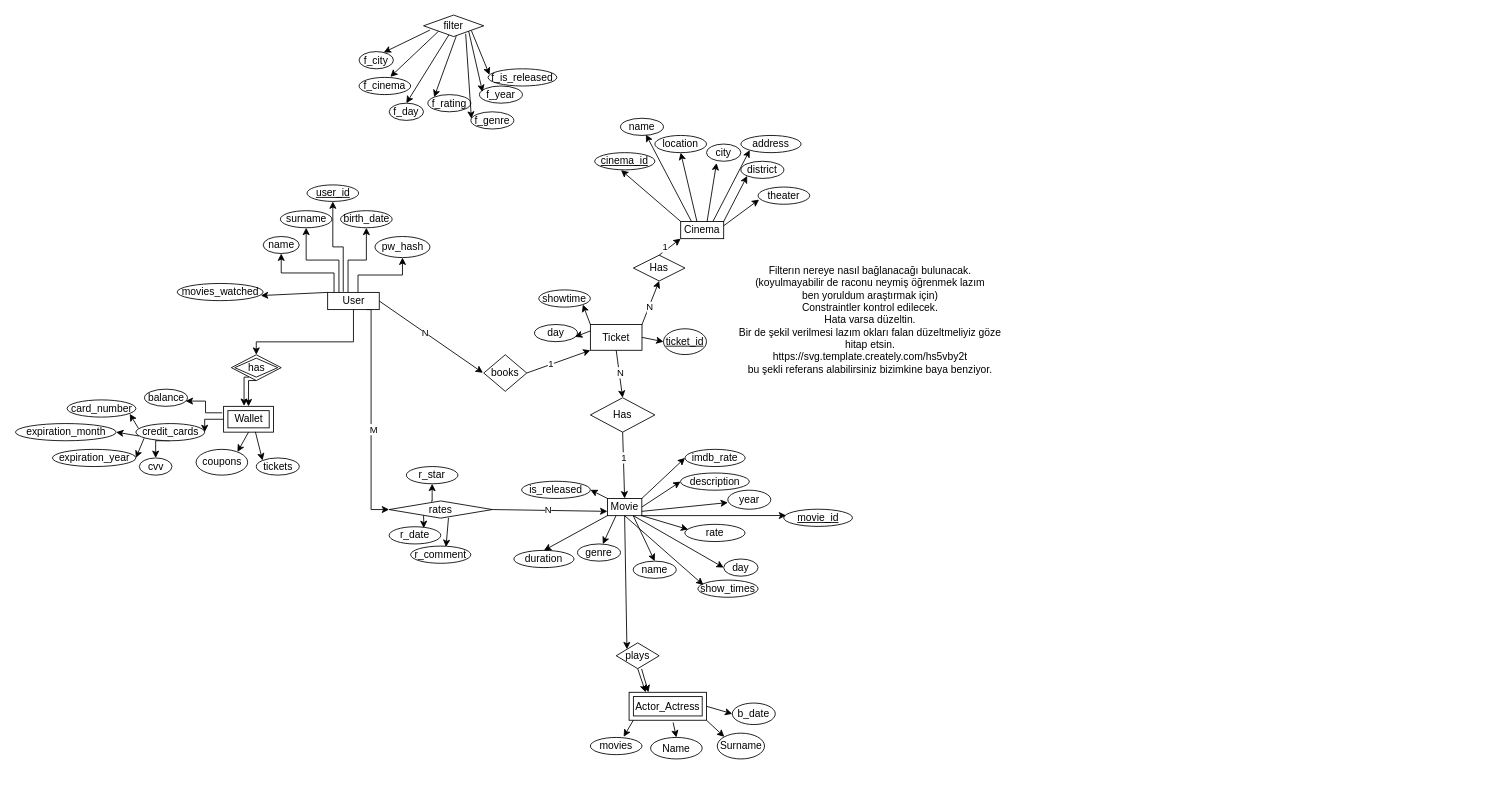
Earlier version of the draw.io diagram proje_diagram.drawio (kelma01/dbms_project). Source tidied: cells renumbered, new cells numbered last; positions are measured from the earlier drawing's top-left corner, leaving out a move shared by most shapes. Both pictures are drawn from the tidied source at 86%, with x=0, y=0 at pixel (15, 15).
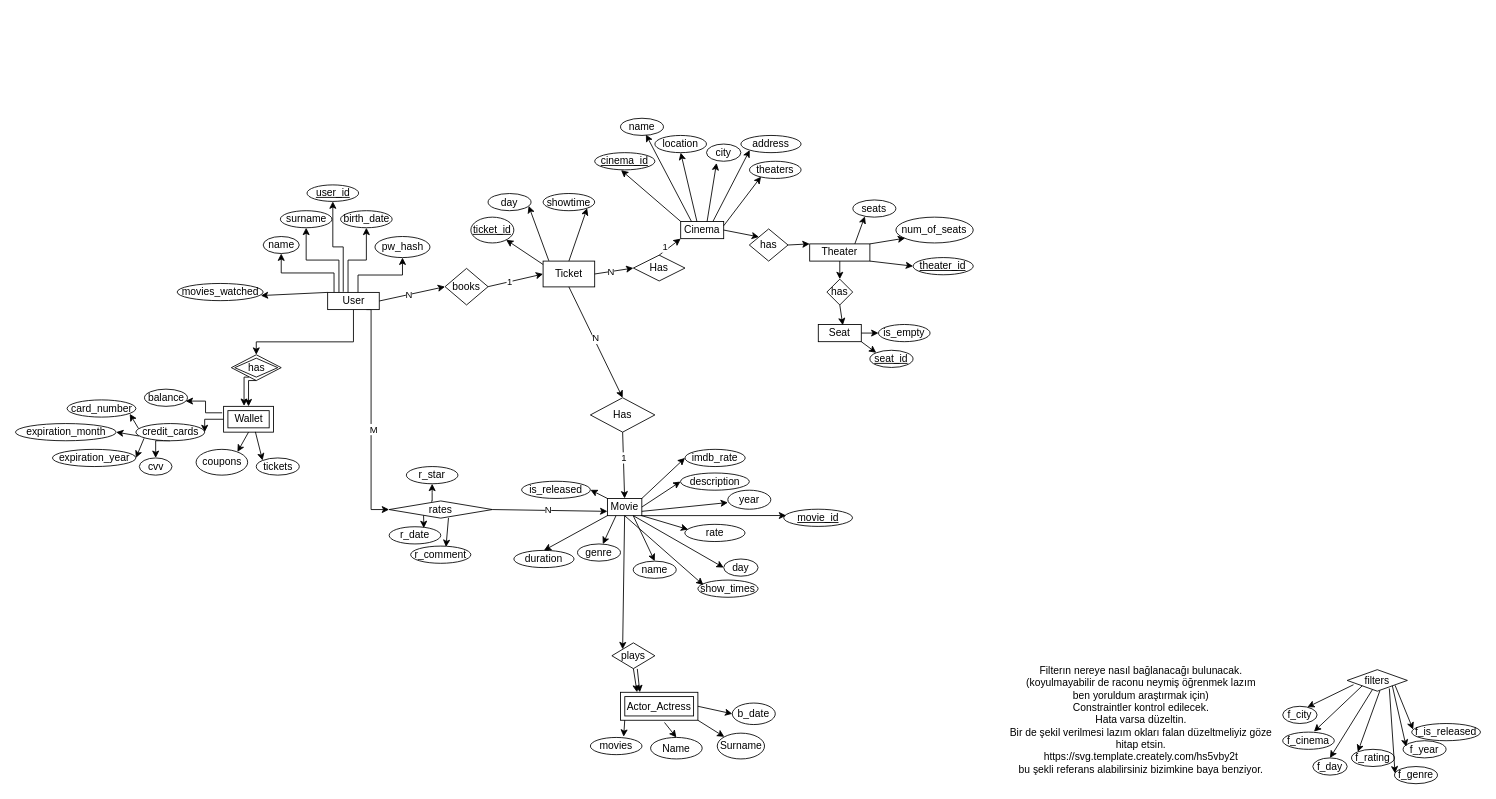
The same page after the edit.

Commit message:
seats ve theater modülleri eklendi, ufak düzeltmeler yapıldıı

The change refers to these unchanged cells:
```xml
<mxCell id="6" value="User" style="whiteSpace=wrap;html=1;align=center;" parent="1" vertex="1">
  <mxGeometry x="363.5" y="322.5" width="60" height="20" as="geometry" />
</mxCell>
<mxCell id="71" value="Cinema" style="whiteSpace=wrap;html=1;" parent="1" vertex="1">
  <mxGeometry x="774" y="240" width="50" height="20" as="geometry" />
</mxCell>
<mxCell id="117" value="Has" style="rhombus;whiteSpace=wrap;html=1;" parent="1" vertex="1">
  <mxGeometry x="719" y="279.2" width="60" height="30" as="geometry" />
</mxCell>
```

What changed in the source:
```diff
@@
-    <mxCell id="36" value="filter" style="shape=rhombus;perimeter=rhombusPerimeter;whiteSpace=wrap;html=1;align=center;" parent="1" vertex="1">
-      <mxGeometry x="475" width="70" height="25" as="geometry" />
+    <mxCell id="36" value="filters" style="shape=rhombus;perimeter=rhombusPerimeter;whiteSpace=wrap;html=1;align=center;" parent="1" vertex="1">
+      <mxGeometry x="1549" y="761.2" width="70" height="25" as="geometry" />
     </mxCell>
     <mxCell id="37" value="f_city" style="ellipse;whiteSpace=wrap;html=1;align=center;" parent="1" vertex="1">
-      <mxGeometry x="400" y="42.5" width="40" height="20" as="geometry" />
+      <mxGeometry x="1474" y="803.8" width="40" height="20" as="geometry" />
     </mxCell>
     <mxCell id="38" value="f_cinema" style="ellipse;whiteSpace=wrap;html=1;" parent="1" vertex="1">
-      <mxGeometry x="400" y="72.5" width="60" height="20" as="geometry" />
+      <mxGeometry x="1474" y="833.8" width="60" height="20" as="geometry" />
     </mxCell>
     <mxCell id="39" value="f_day" style="ellipse;whiteSpace=wrap;html=1;" parent="1" vertex="1">
-      <mxGeometry x="435" y="102.5" width="40" height="20" as="geometry" />
+      <mxGeometry x="1509" y="863.8" width="40" height="20" as="geometry" />
     </mxCell>
     <mxCell id="40" value="f_rating" style="ellipse;whiteSpace=wrap;html=1;" parent="1" vertex="1">
-      <mxGeometry x="480" y="92.5" width="50" height="20" as="geometry" />
+      <mxGeometry x="1554" y="853.8" width="50" height="20" as="geometry" />
     </mxCell>
@@
     <mxCell id="46" value="f_genre" style="ellipse;whiteSpace=wrap;html=1;" parent="1" vertex="1">
-      <mxGeometry x="530" y="112.5" width="50" height="20" as="geometry" />
+      <mxGeometry x="1604" y="873.8" width="50" height="20" as="geometry" />
     </mxCell>
@@
     <mxCell id="48" value="f_is_released" style="ellipse;whiteSpace=wrap;html=1;" parent="1" vertex="1">
-      <mxGeometry x="550" y="62.5" width="80" height="20" as="geometry" />
+      <mxGeometry x="1624" y="823.8" width="80" height="20" as="geometry" />
     </mxCell>
@@
     <mxCell id="50" value="f_year" style="ellipse;whiteSpace=wrap;html=1;" parent="1" vertex="1">
-      <mxGeometry x="540" y="82.5" width="50" height="20" as="geometry" />
+      <mxGeometry x="1614" y="843.8" width="50" height="20" as="geometry" />
     </mxCell>
@@
-    <mxCell id="75" value="district" style="ellipse;whiteSpace=wrap;html=1;" parent="1" vertex="1">
-      <mxGeometry x="844" y="170" width="50" height="20" as="geometry" />
-    </mxCell>
@@
-    <mxCell id="83" style="edgeStyle=none;jettySize=auto;html=1;rounded=0;entryX=0;entryY=1;entryDx=0;entryDy=0;exitX=1;exitY=0;exitDx=0;exitDy=0;" parent="1" edge="1" source="71" target="75">
-      <mxGeometry relative="1" as="geometry" />
-    </mxCell>
@@
     <mxCell id="87" value="Actor_Actress" style="shape=ext;margin=3;double=1;whiteSpace=wrap;html=1;align=center;" parent="1" vertex="1">
-      <mxGeometry x="714" y="787.5" width="90" height="32.5" as="geometry" />
+      <mxGeometry x="704" y="787.5" width="90" height="32.5" as="geometry" />
     </mxCell>
     <mxCell id="88" value="plays" style="rhombus;whiteSpace=wrap;html=1;" parent="1" vertex="1">
-      <mxGeometry x="699" y="730" width="50" height="30" as="geometry" />
+      <mxGeometry x="694" y="730" width="50" height="30" as="geometry" />
     </mxCell>
@@
-    <mxCell id="98" value="theater" style="ellipse;whiteSpace=wrap;html=1;" parent="1" vertex="1">
-      <mxGeometry x="864" y="200" width="60" height="20" as="geometry" />
+    <mxCell id="98" value="theaters" style="ellipse;whiteSpace=wrap;html=1;" parent="1" vertex="1">
+      <mxGeometry x="854" y="170" width="60" height="20" as="geometry" />
     </mxCell>
-    <mxCell id="99" style="edgeStyle=none;jettySize=auto;html=1;rounded=0;exitX=1;exitY=0.25;exitDx=0;exitDy=0;entryX=0.02;entryY=0.729;entryDx=0;entryDy=0;entryPerimeter=0;" parent="1" edge="1" source="71" target="98">
+    <mxCell id="99" style="edgeStyle=none;jettySize=auto;html=1;rounded=0;exitX=1;exitY=0.25;exitDx=0;exitDy=0;entryX=0.224;entryY=0.895;entryDx=0;entryDy=0;entryPerimeter=0;" parent="1" edge="1" source="71" target="98">
       <mxGeometry relative="1" as="geometry" />
     </mxCell>
@@
     <mxCell id="101" value="Ticket" style="shape=ext;margin=3;double=0;whiteSpace=wrap;html=1;align=center;" parent="1" vertex="1">
-      <mxGeometry x="669" y="359.8" width="60" height="30" as="geometry" />
+      <mxGeometry x="614" y="286.1" width="60" height="30" as="geometry" />
     </mxCell>
     <mxCell id="102" value="books" style="rhombus;whiteSpace=wrap;html=1;" parent="1" vertex="1">
-      <mxGeometry x="545" y="395" width="50" height="42.5" as="geometry" />
+      <mxGeometry x="500" y="294.6" width="50" height="42.5" as="geometry" />
     </mxCell>
-    <mxCell id="103" style="edgeStyle=none;jettySize=auto;html=1;rounded=0;exitX=1;exitY=0.5;exitDx=0;exitDy=0;" parent="1" edge="1" source="6">
-      <mxGeometry relative="1" as="geometry">
-        <mxPoint x="544" y="416" as="targetPoint" />
-      </mxGeometry>
+    <mxCell id="103" style="edgeStyle=none;jettySize=auto;html=1;rounded=0;exitX=1;exitY=0.5;exitDx=0;exitDy=0;entryX=0;entryY=0.5;entryDx=0;entryDy=0;" parent="1" edge="1" source="6" target="102">
+      <mxGeometry relative="1" as="geometry" />
     </mxCell>
@@
-    <mxCell id="105" style="edgeStyle=none;jettySize=auto;html=1;rounded=0;entryX=0;entryY=1;entryDx=0;entryDy=0;exitX=1;exitY=0.5;exitDx=0;exitDy=0;" parent="1" edge="1" source="102" target="101">
+    <mxCell id="105" style="edgeStyle=none;jettySize=auto;html=1;rounded=0;entryX=0;entryY=0.5;entryDx=0;entryDy=0;exitX=1;exitY=0.5;exitDx=0;exitDy=0;" parent="1" edge="1" source="102" target="101">
       <mxGeometry relative="1" as="geometry" />
     </mxCell>
@@
     <mxCell id="107" value="showtime" style="ellipse;whiteSpace=wrap;html=1;" parent="1" vertex="1">
-      <mxGeometry x="609" y="319.6" width="60" height="20" as="geometry" />
+      <mxGeometry x="614" y="207.5" width="60" height="20" as="geometry" />
     </mxCell>
     <mxCell id="108" value="day" style="ellipse;whiteSpace=wrap;html=1;" parent="1" vertex="1">
-      <mxGeometry x="604" y="359.8" width="50" height="20" as="geometry" />
+      <mxGeometry x="550" y="207.5" width="50" height="20" as="geometry" />
     </mxCell>
-    <mxCell id="109" style="edgeStyle=none;jettySize=auto;html=1;rounded=0;exitX=0;exitY=0;exitDx=0;exitDy=0;entryX=1;entryY=1;entryDx=0;entryDy=0;" parent="1" edge="1" source="101" target="107">
+    <mxCell id="109" style="edgeStyle=none;jettySize=auto;html=1;rounded=0;exitX=0.5;exitY=0;exitDx=0;exitDy=0;entryX=1;entryY=1;entryDx=0;entryDy=0;" parent="1" edge="1" source="101" target="107">
       <mxGeometry relative="1" as="geometry" />
     </mxCell>
-    <mxCell id="110" style="edgeStyle=none;jettySize=auto;html=1;rounded=0;entryX=0.944;entryY=0.72;entryDx=0;entryDy=0;entryPerimeter=0;exitX=0;exitY=0.25;exitDx=0;exitDy=0;" parent="1" edge="1" source="101" target="108">
+    <mxCell id="110" style="edgeStyle=none;jettySize=auto;html=1;rounded=0;entryX=0.944;entryY=0.72;entryDx=0;entryDy=0;entryPerimeter=0;exitX=0.112;exitY=-0.009;exitDx=0;exitDy=0;exitPerimeter=0;" parent="1" edge="1" source="101" target="108">
       <mxGeometry relative="1" as="geometry" />
     </mxCell>
@@
-    <mxCell id="118" style="edgeStyle=none;jettySize=auto;html=1;rounded=0;entryX=0.5;entryY=1;entryDx=0;entryDy=0;exitX=1;exitY=0;exitDx=0;exitDy=0;" parent="1" edge="1" source="101" target="117">
+    <mxCell id="118" style="edgeStyle=none;jettySize=auto;html=1;rounded=0;entryX=0;entryY=0.5;entryDx=0;entryDy=0;exitX=1;exitY=0.5;exitDx=0;exitDy=0;" parent="1" edge="1" source="101" target="117">
       <mxGeometry relative="1" as="geometry" />
     </mxCell>
@@
     <mxCell id="122" value="&lt;u&gt;ticket_id&lt;/u&gt;" style="ellipse;whiteSpace=wrap;html=1;" parent="1" vertex="1">
-      <mxGeometry x="754" y="364.8" width="50" height="30" as="geometry" />
+      <mxGeometry x="530" y="235" width="50" height="30" as="geometry" />
     </mxCell>
-    <mxCell id="123" style="edgeStyle=none;jettySize=auto;html=1;rounded=0;exitX=1;exitY=0.5;exitDx=0;exitDy=0;entryX=0;entryY=0.5;entryDx=0;entryDy=0;" parent="1" edge="1" source="101" target="122">
-      <mxGeometry relative="1" as="geometry" />
+    <mxCell id="123" style="edgeStyle=none;jettySize=auto;html=1;rounded=0;entryX=0.82;entryY=0.878;entryDx=0;entryDy=0;entryPerimeter=0;" parent="1" edge="1" target="122">
+      <mxGeometry relative="1" as="geometry">
+        <mxPoint x="614" y="290" as="sourcePoint" />
+      </mxGeometry>
     </mxCell>
@@
     <mxCell id="136" value="Filterın nereye nasıl bağlanacağı bulunacak.&lt;br&gt;(koyulmayabilir de raconu neymiş öğrenmek lazım&lt;div&gt;ben yoruldum araştırmak için)&lt;br&gt;&lt;div&gt;Constraintler kontrol edilecek.&lt;br&gt;Hata varsa düzeltin.&lt;br&gt;Bir de şekil verilmesi lazım okları falan düzeltmeliyiz göze&lt;/div&gt;&lt;/div&gt;&lt;div&gt;hitap etsin.&lt;/div&gt;&lt;div&gt;https://svg.template.creately.com/hs5vby2t&lt;br&gt;bu şekli referans alabilirsiniz bizimkine baya benziyor.&lt;/div&gt;" style="text;html=1;align=center;verticalAlign=middle;strokeColor=none;fillColor=none;" parent="1" vertex="1">
-      <mxGeometry x="829" y="284.6" width="330" height="140" as="geometry" />
+      <mxGeometry x="1144" y="750" width="330" height="140" as="geometry" />
     </mxCell>
+    <mxCell id="137" value="Theater" style="whiteSpace=wrap;html=1;" parent="1" vertex="1">
+      <mxGeometry x="924" y="266.1" width="70" height="20" as="geometry" />
+    </mxCell>
+    <mxCell id="138" value="num_of_seats" style="ellipse;whiteSpace=wrap;html=1;" parent="1" vertex="1">
+      <mxGeometry x="1024.2" y="235" width="90" height="30" as="geometry" />
+    </mxCell>
+    <mxCell id="139" style="edgeStyle=none;jettySize=auto;html=1;rounded=0;exitX=1;exitY=0.5;exitDx=0;exitDy=0;entryX=0;entryY=0;entryDx=0;entryDy=0;" parent="1" edge="1" source="150" target="137">
+      <mxGeometry relative="1" as="geometry" />
+    </mxCell>
+    <mxCell id="140" style="edgeStyle=none;jettySize=auto;html=1;rounded=0;entryX=0.12;entryY=0.813;entryDx=0;entryDy=0;entryPerimeter=0;exitX=1;exitY=0;exitDx=0;exitDy=0;" parent="1" edge="1" source="137" target="138">
+      <mxGeometry relative="1" as="geometry" />
+    </mxCell>
+    <mxCell id="141" value="Seat" style="whiteSpace=wrap;html=1;" parent="1" vertex="1">
+      <mxGeometry x="934" y="359.8" width="50" height="20" as="geometry" />
+    </mxCell>
+    <mxCell id="142" style="edgeStyle=none;jettySize=auto;html=1;rounded=0;exitX=0.5;exitY=1;exitDx=0;exitDy=0;entryX=0.57;entryY=0.046;entryDx=0;entryDy=0;entryPerimeter=0;" parent="1" edge="1" source="152" target="141">
+      <mxGeometry relative="1" as="geometry" />
+    </mxCell>
+    <mxCell id="143" value="is_empty" style="ellipse;whiteSpace=wrap;html=1;" parent="1" vertex="1">
+      <mxGeometry x="1004" y="359.8" width="60" height="20" as="geometry" />
+    </mxCell>
+    <mxCell id="144" style="edgeStyle=none;jettySize=auto;html=1;rounded=0;exitX=1;exitY=0.5;exitDx=0;exitDy=0;entryX=0;entryY=0.5;entryDx=0;entryDy=0;" parent="1" edge="1" source="141" target="143">
+      <mxGeometry relative="1" as="geometry" />
+    </mxCell>
+    <mxCell id="145" value="&lt;u&gt;seat_id&lt;/u&gt;" style="ellipse;whiteSpace=wrap;html=1;" parent="1" vertex="1">
+      <mxGeometry x="994" y="389.8" width="50.2" height="20" as="geometry" />
+    </mxCell>
+    <mxCell id="146" style="edgeStyle=none;jettySize=auto;html=1;rounded=0;entryX=0;entryY=0;entryDx=0;entryDy=0;exitX=1;exitY=1;exitDx=0;exitDy=0;" parent="1" edge="1" source="141" target="145">
+      <mxGeometry relative="1" as="geometry" />
+    </mxCell>
+    <mxCell id="147" value="&lt;u&gt;theater_id&lt;/u&gt;" style="ellipse;whiteSpace=wrap;html=1;" parent="1" vertex="1">
+      <mxGeometry x="1044.2" y="282" width="70" height="20" as="geometry" />
+    </mxCell>
+    <mxCell id="148" style="edgeStyle=none;jettySize=auto;html=1;rounded=0;exitX=1;exitY=1;exitDx=0;exitDy=0;entryX=0;entryY=0.5;entryDx=0;entryDy=0;" parent="1" edge="1" source="137" target="147">
+      <mxGeometry relative="1" as="geometry" />
+    </mxCell>
+    <mxCell id="149" style="edgeStyle=none;jettySize=auto;html=1;rounded=0;exitX=1;exitY=0.5;exitDx=0;exitDy=0;entryX=0;entryY=0;entryDx=0;entryDy=0;" parent="1" edge="1" source="71" target="150">
+      <mxGeometry relative="1" as="geometry" />
+    </mxCell>
+    <mxCell id="150" value="has" style="rhombus;whiteSpace=wrap;html=1;" parent="1" vertex="1">
+      <mxGeometry x="853.8" y="248.7" width="45" height="37.4" as="geometry" />
+    </mxCell>
+    <mxCell id="151" style="edgeStyle=none;jettySize=auto;html=1;rounded=0;exitX=0.5;exitY=1;exitDx=0;exitDy=0;entryX=0.5;entryY=0;entryDx=0;entryDy=0;" parent="1" edge="1" source="137" target="152">
+      <mxGeometry relative="1" as="geometry" />
+    </mxCell>
+    <mxCell id="152" value="has" style="rhombus;whiteSpace=wrap;html=1;" parent="1" vertex="1">
+      <mxGeometry x="944" y="307.1" width="30" height="30" as="geometry" />
+    </mxCell>
+    <mxCell id="153" value="seats" style="ellipse;whiteSpace=wrap;html=1;" parent="1" vertex="1">
+      <mxGeometry x="974.2" y="215" width="50" height="20" as="geometry" />
+    </mxCell>
+    <mxCell id="154" style="edgeStyle=none;jettySize=auto;html=1;rounded=0;exitX=0.75;exitY=0;exitDx=0;exitDy=0;entryX=0.279;entryY=0.955;entryDx=0;entryDy=0;entryPerimeter=0;" parent="1" edge="1" source="137" target="153">
+      <mxGeometry relative="1" as="geometry" />
+    </mxCell>
```
